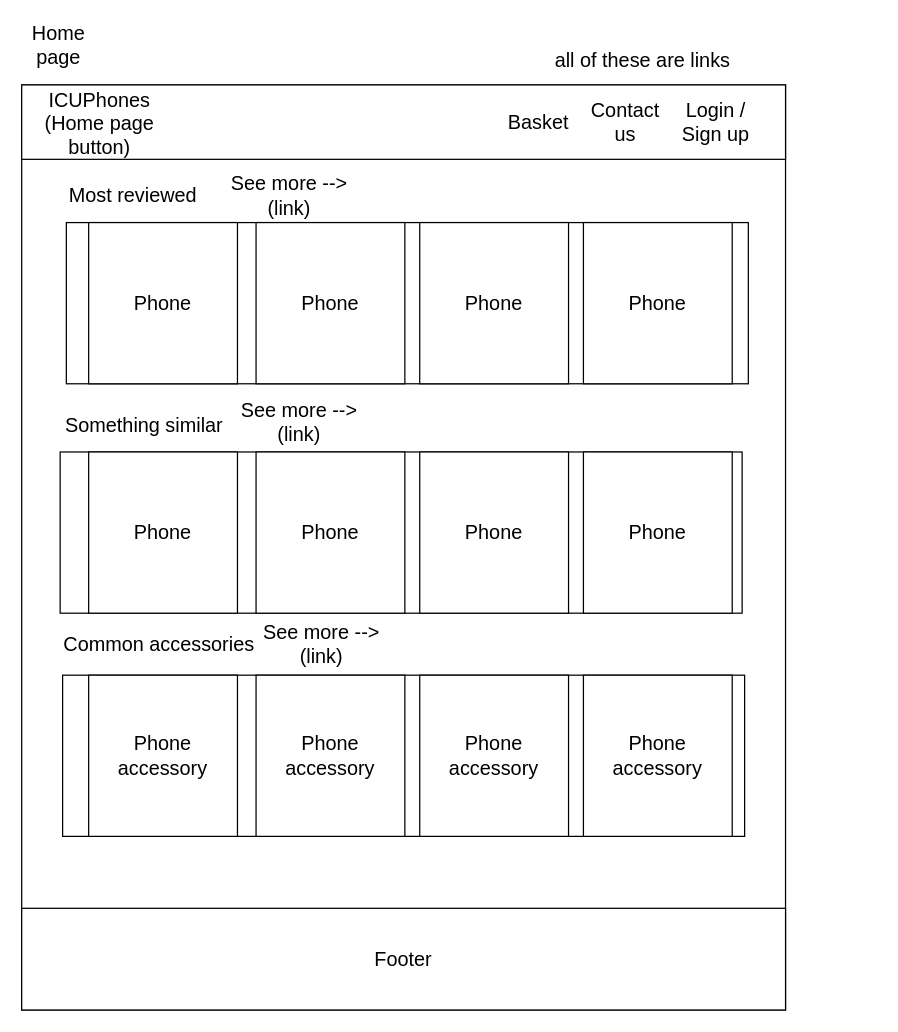
Before: page "Home page" (1 of 8) of wireframes/Wireframe Design A.drawio in Adam-Spenton/unit_13_assignment_2_Adam_Spenton, a draw.io diagram. Source tidied: cells renumbered, new cells numbered last; positions are measured from the earlier drawing's top-left corner, leaving out a move shared by most shapes. Both pictures are drawn from the tidied source at 124%, with x=0, y=0 at pixel (21, 26).
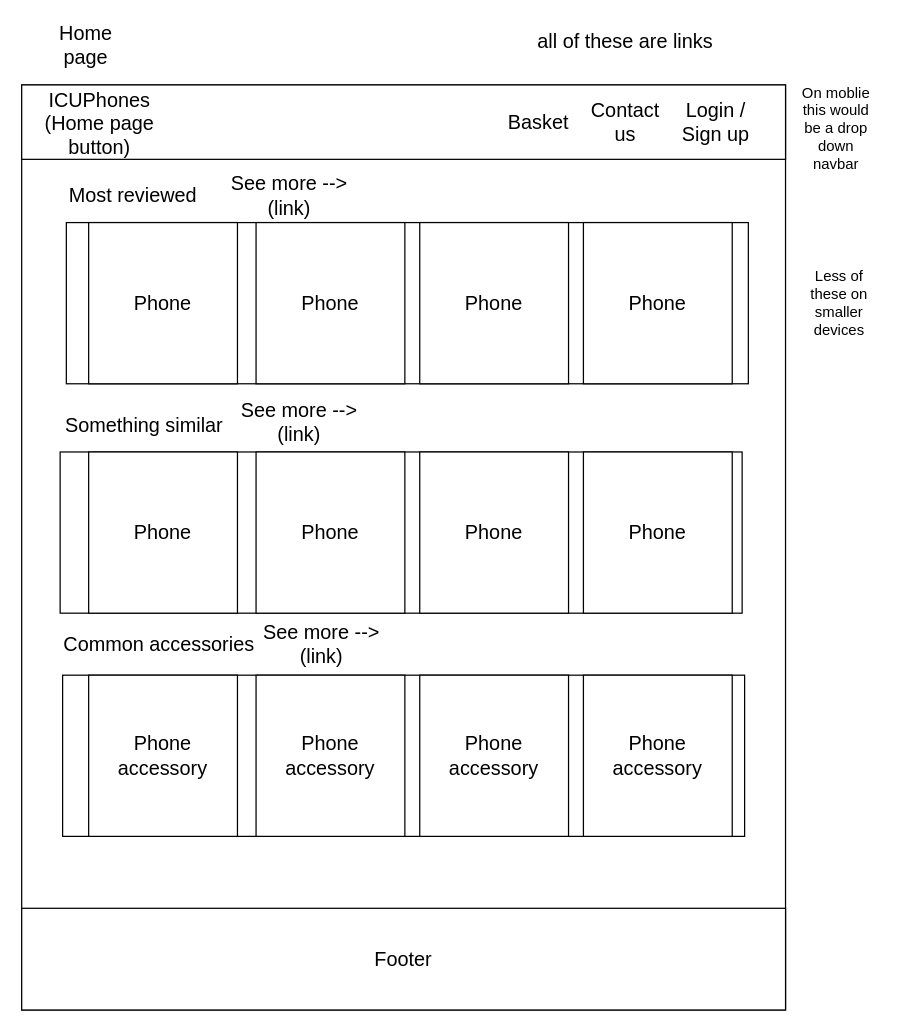
The same diagram, later.

What changed in the source:
```diff
@@
     <mxCell id="3" value="Home page" style="text;html=1;strokeColor=none;fillColor=none;align=center;verticalAlign=middle;whiteSpace=wrap;rounded=0;fontSize=16;" parent="1" vertex="1">
-      <mxGeometry width="60" height="30" as="geometry" />
+      <mxGeometry x="22" width="60" height="30" as="geometry" />
     </mxCell>
@@
     <mxCell id="31" value="all of these are links" style="text;html=1;strokeColor=none;fillColor=none;align=center;verticalAlign=middle;whiteSpace=wrap;rounded=0;fontSize=16;" parent="1" vertex="1">
-      <mxGeometry x="419" y="12" width="164" height="30" as="geometry" />
+      <mxGeometry x="405" y="-3" width="164" height="30" as="geometry" />
     </mxCell>
+    <mxCell id="32" value="On moblie this would be a drop down navbar" style="text;html=1;align=center;verticalAlign=middle;whiteSpace=wrap;rounded=0;" parent="1" vertex="1">
+      <mxGeometry x="627" y="67" width="60" height="30" as="geometry" />
+    </mxCell>
+    <mxCell id="33" value="Less of these on smaller devices" style="text;html=1;align=center;verticalAlign=middle;whiteSpace=wrap;rounded=0;" parent="1" vertex="1">
+      <mxGeometry x="630" y="208" width="59" height="30" as="geometry" />
+    </mxCell>
```
